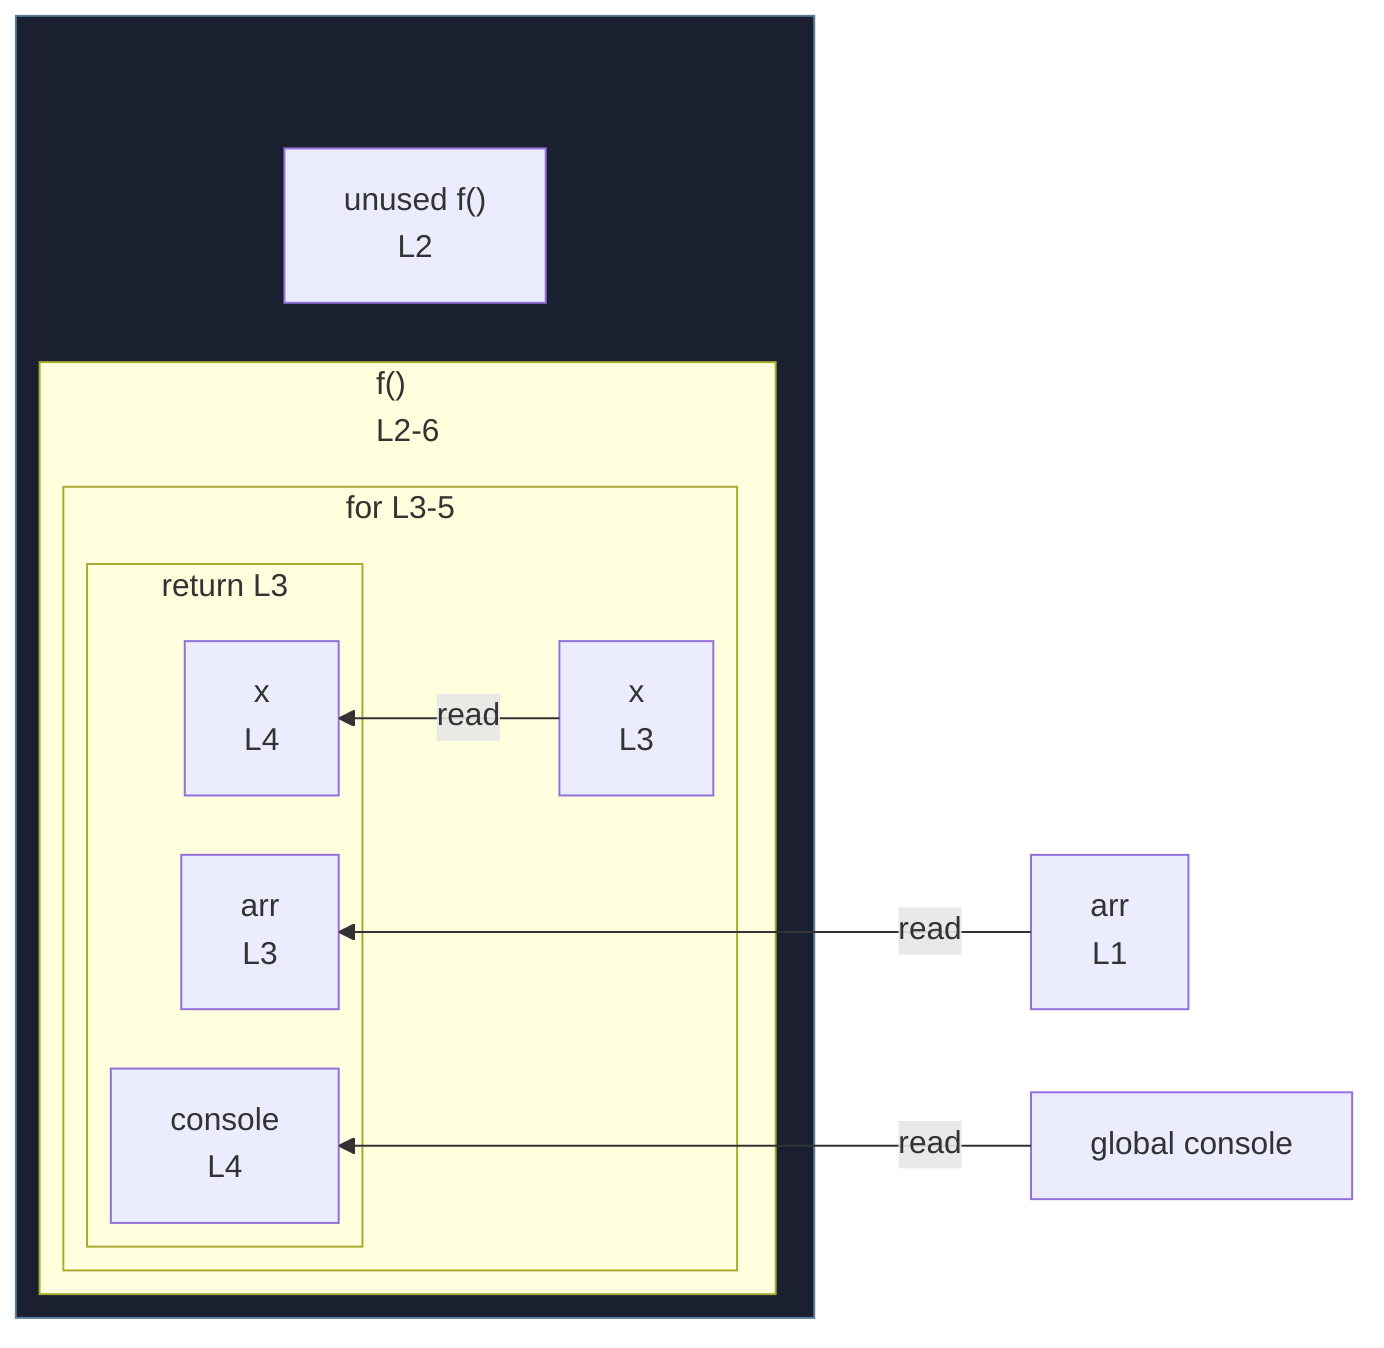
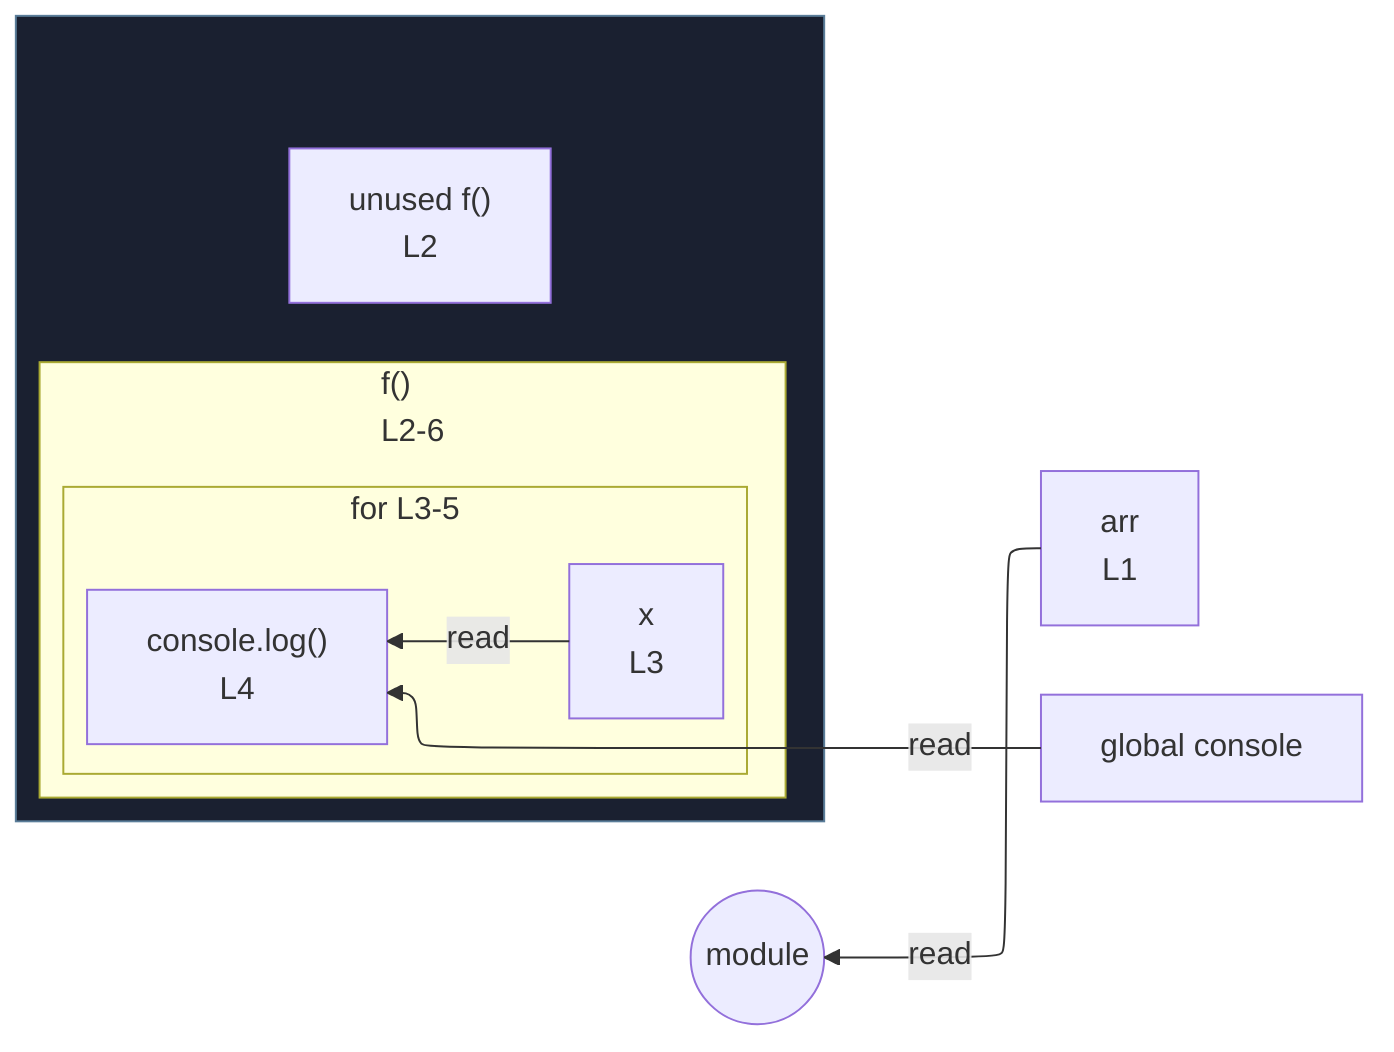
%%{init: {"flowchart": {"defaultRenderer": "elk"}}}%%
flowchart RL
  n_scope_0_arr_6["arr<br/>L1"]
  n_scope_0_console_61["global console"]
  subgraph wrap_s_scope_1[" "]
    direction TB
    n_scope_0_f_26["unused f()<br/>L2"]
    subgraph s_scope_1["f()<br/>L2-6"]
      direction RL
      subgraph s_scope_2["for L3-5"]
        direction RL
        n_scope_2_x_45["x<br/>L3"]
-         subgraph s_return_scope_0_f_26_implicit["return L3"]
-           direction RL
-           ret_use_ref_0["arr<br/>L3"]
-           ret_use_ref_1["console<br/>L4"]
-           ret_use_ref_2["x<br/>L4"]
-         end
+         expr_stmt_61["console.log()<br/>L4"]
      end
    end
  end
-   n_scope_0_arr_6 -->|read| ret_use_ref_0
-   n_scope_0_console_61 -->|read| ret_use_ref_1
-   n_scope_2_x_45 -->|read| ret_use_ref_2
+   n_scope_0_arr_6 -->|read| module_root
+   n_scope_0_console_61 -->|read| expr_stmt_61
+   n_scope_2_x_45 -->|read| expr_stmt_61
+   module_root((module))
  classDef fnWrap fill:#1a2030,stroke:#5a7d99;
  class wrap_s_scope_1 fnWrap;
